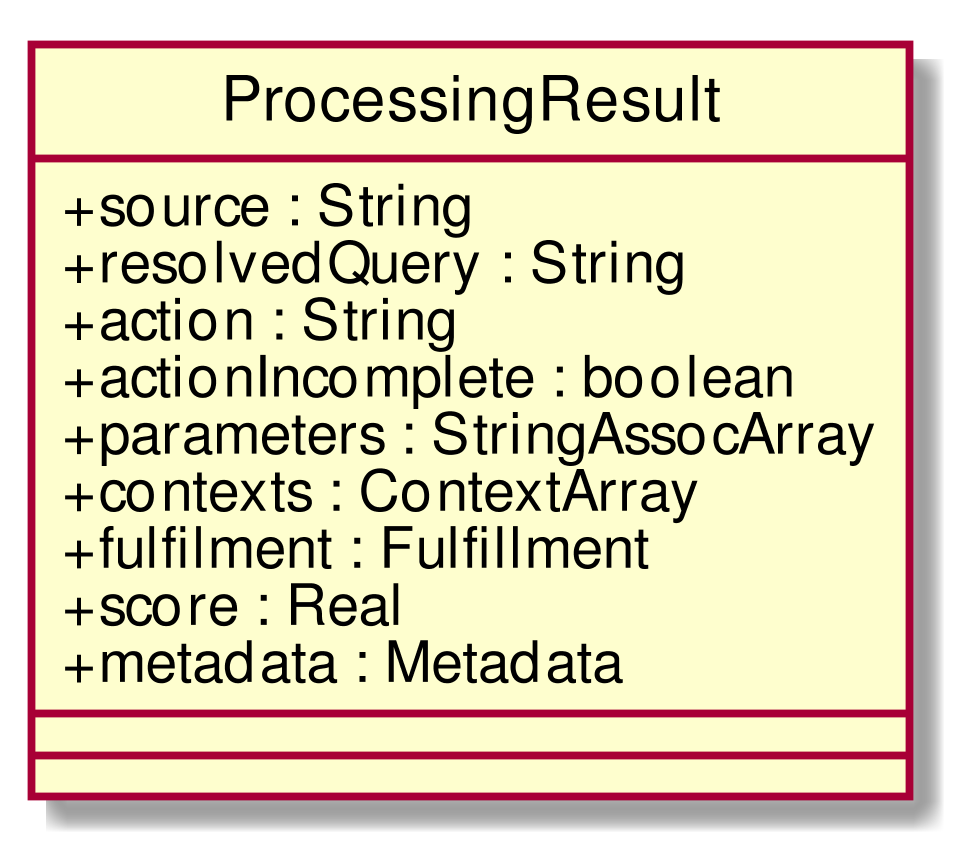
Earlier version of the PlantUML export RP/Esterni/DefinizioneDiProdotto/images/ClassProcessingResult.png (CoCodeSWE/Docs). Its diagram source:
```plantuml
@startuml
scale 1000*1000
skinparam classAttributeIconSize 0
class ProcessingResult{
+ source : String
+ resolvedQuery : String
+ action : String
+ actionIncomplete : boolean
+ parameters : StringAssocArray
+ contexts : ContextArray
+ fulfilment : Fulfillment
+ score : Real
+ metadata : Metadata
__
__

}
hide circle
@enduml
```
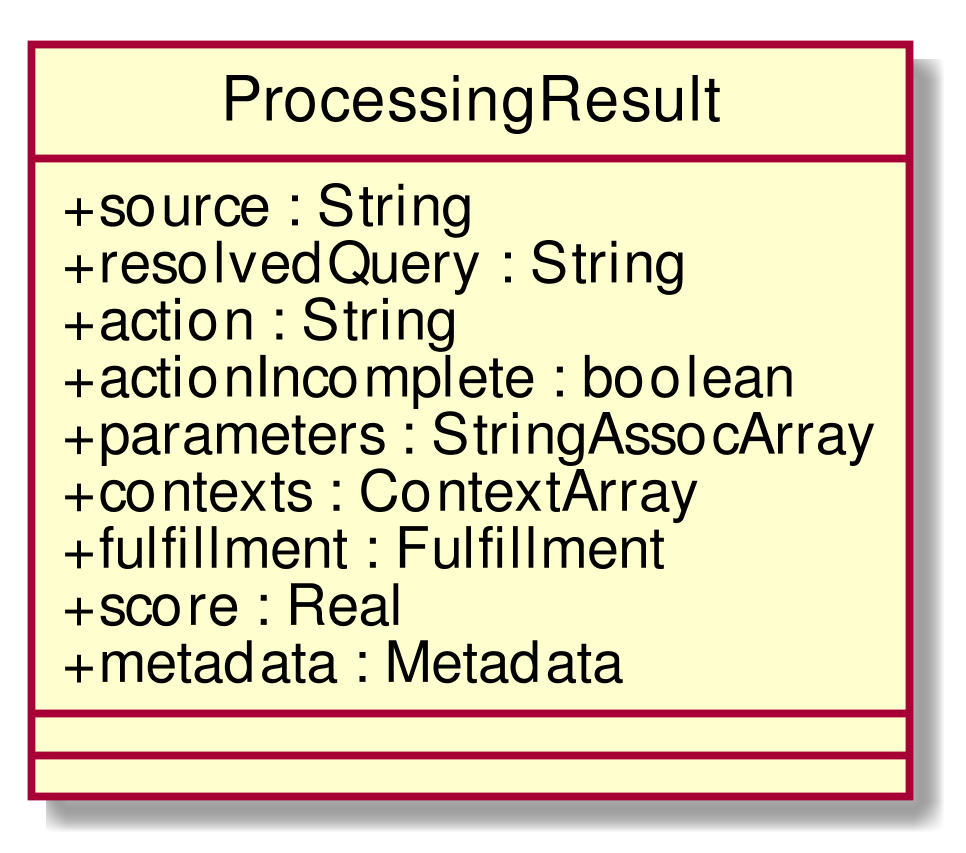
The same diagram one commit later.

The edit, as a diff of the source:
```diff
@@ -8,7 +8,7 @@
 + actionIncomplete : boolean
 + parameters : StringAssocArray
 + contexts : ContextArray
-+ fulfilment : Fulfillment
++ fulfillment : Fulfillment
 + score : Real
 + metadata : Metadata
 __
```
